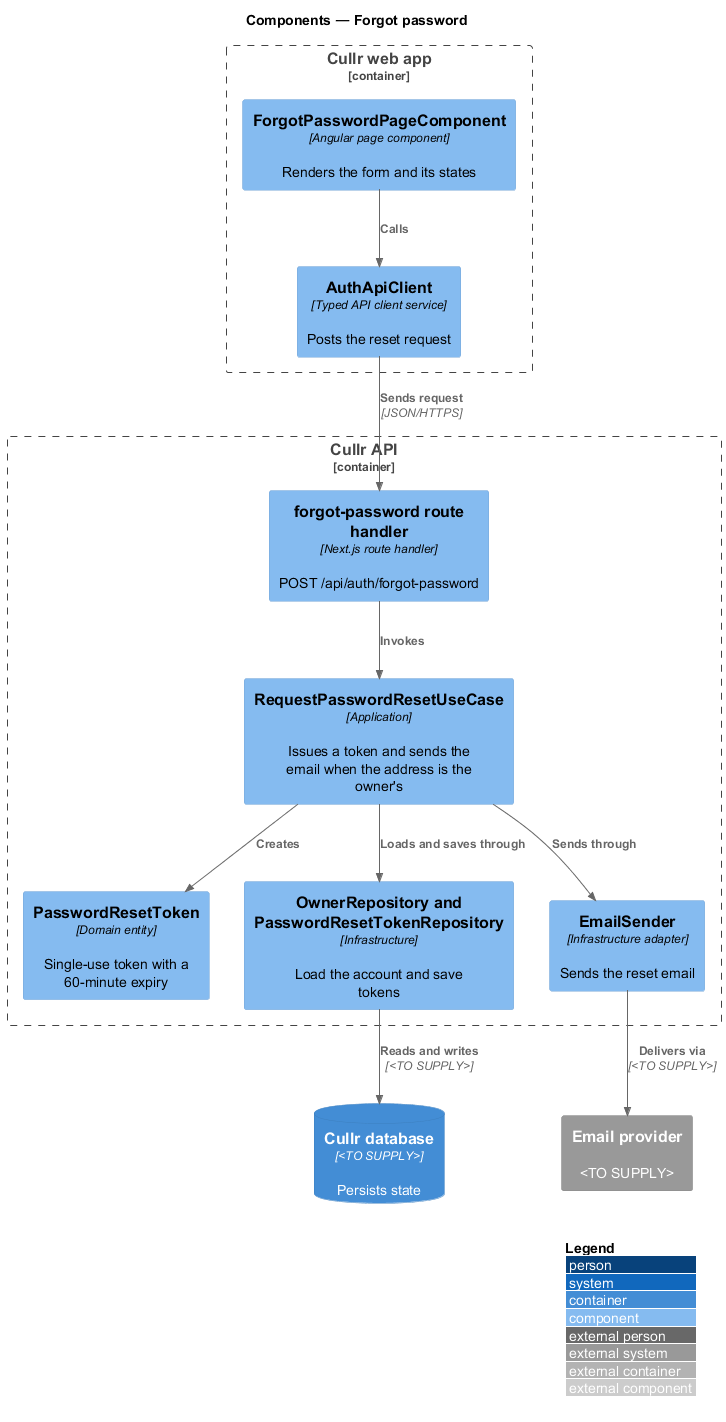
This is docs/detailed-designs/access/forgot-password/diagrams/c4-component.png from QuinntyneBrown/cullr, a PlantUML export, as it was before one commit. Source of this version:
```plantuml
@startuml
!include <C4/C4_Component>
LAYOUT_WITH_LEGEND()
title Components — Forgot password

Container_Boundary(spa, "Cullr web app") {
  Component(page, "ForgotPasswordPageComponent", "Angular page component", "Renders the form and its states")
  Component(client, "AuthApiClient", "Typed API client service", "Posts the reset request")
}
Container_Boundary(api, "Cullr API") {
  Component(route, "forgot-password route handler", "Next.js route handler", "POST /api/auth/forgot-password")
  Component(uc, "RequestPasswordResetUseCase", "Application", "Issues a token and sends the email when the address is the owner's")
  Component(token, "PasswordResetToken", "Domain entity", "Single-use token with a 60-minute expiry")
  Component(repo, "OwnerRepository and PasswordResetTokenRepository", "Infrastructure", "Load the account and save tokens")
  Component(mailer, "EmailSender", "Infrastructure adapter", "Sends the reset email")
}
ContainerDb(db, "Cullr database", "<TO SUPPLY>", "Persists state")
System_Ext(email, "Email provider", "<TO SUPPLY>")

Rel(page, client, "Calls")
Rel(client, route, "Sends request", "JSON/HTTPS")
Rel(route, uc, "Invokes")
Rel(uc, token, "Creates")
Rel(uc, repo, "Loads and saves through")
Rel(uc, mailer, "Sends through")
Rel(repo, db, "Reads and writes", "<TO SUPPLY>")
Rel(mailer, email, "Delivers via", "<TO SUPPLY>")
@enduml
```
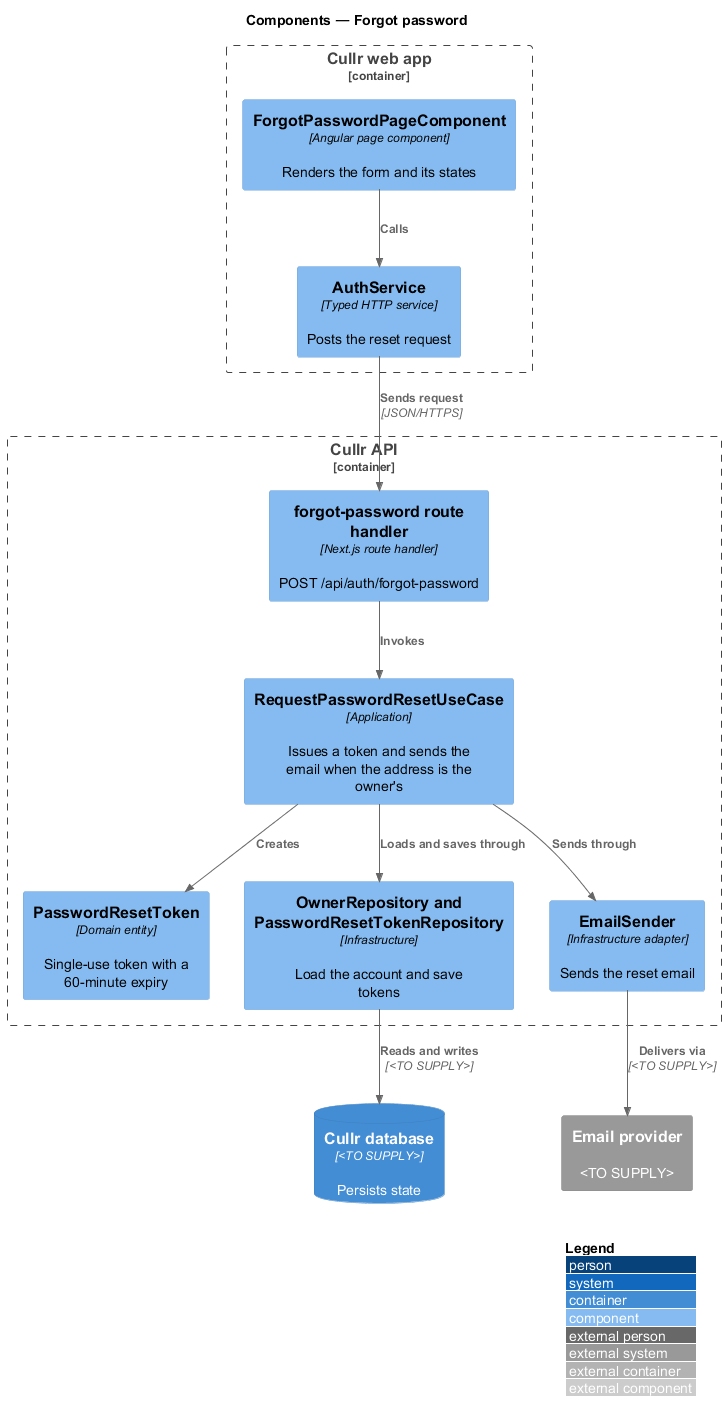
After the commit.

Diff of the diagram source:
```diff
@@ -5,7 +5,7 @@
 
 Container_Boundary(spa, "Cullr web app") {
   Component(page, "ForgotPasswordPageComponent", "Angular page component", "Renders the form and its states")
-  Component(client, "AuthApiClient", "Typed API client service", "Posts the reset request")
+  Component(client, "AuthService", "Typed HTTP service", "Posts the reset request")
 }
 Container_Boundary(api, "Cullr API") {
   Component(route, "forgot-password route handler", "Next.js route handler", "POST /api/auth/forgot-password")
```
